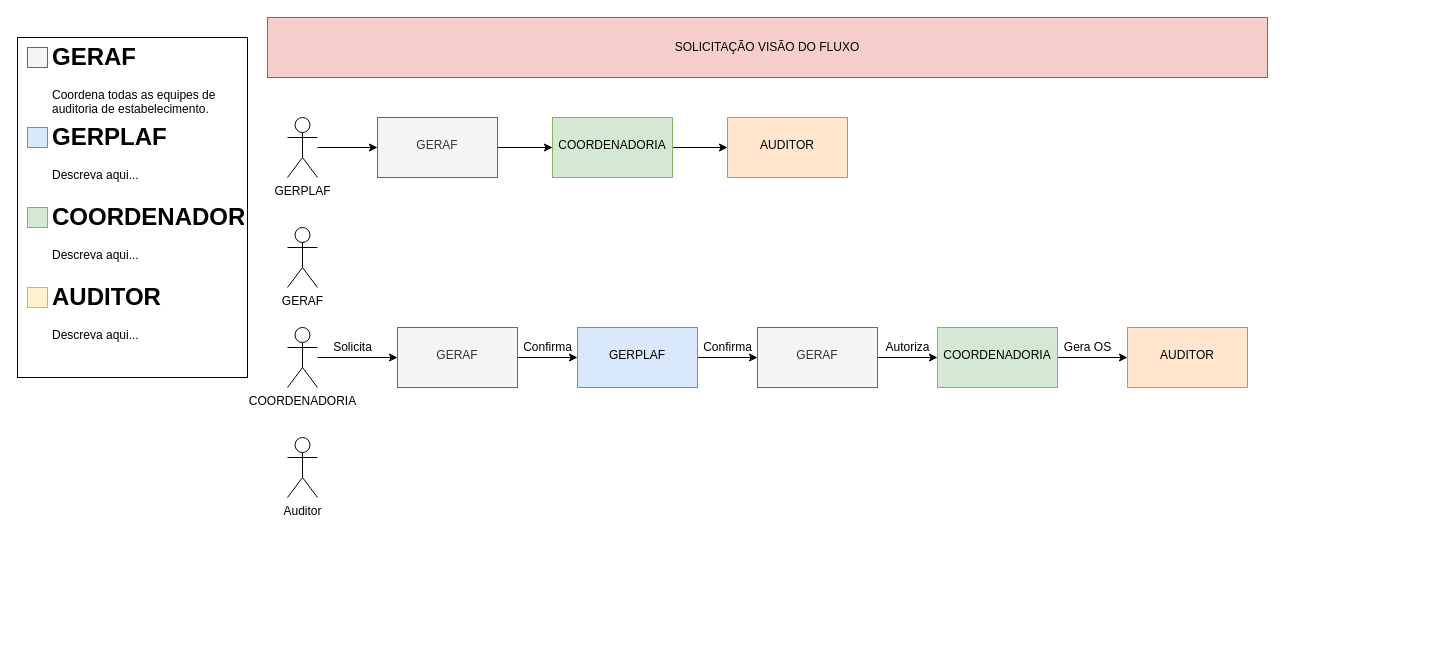
Above: page "mapeamento-solicitacao" (2 of 3) of mapeamento_os.drawio in alkxyly/drawio (draw.io), before the change. Source tidied: cells renumbered, new cells numbered last; positions are measured from the earlier drawing's top-left corner, leaving out a move shared by most shapes. Both pictures are drawn from the tidied source at 100%, with x=0, y=0 at pixel (17, 17).
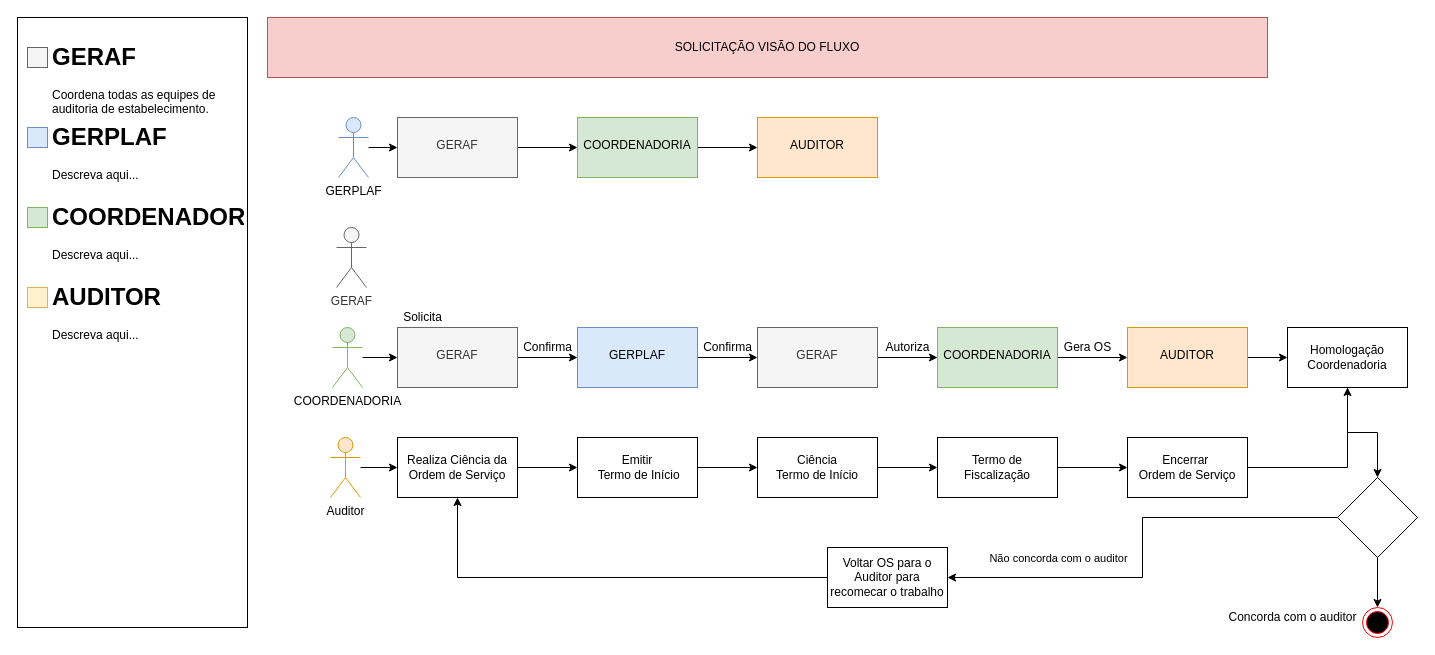
After the change.

The change refers to these unchanged cells:
```xml
<mxCell id="22" value="&lt;br&gt;AUDITOR" style="whiteSpace=wrap;html=1;verticalAlign=top;fillColor=#ffe6cc;strokeColor=#d79b00;" parent="1" vertex="1">
  <mxGeometry x="1110" y="310" width="120" height="60" as="geometry" />
</mxCell>
```

The edit, as a diff of the source:
```diff
@@
-    <mxCell id="4" value="GERPLAF" style="shape=umlActor;verticalLabelPosition=bottom;verticalAlign=top;html=1;outlineConnect=0;" parent="1" vertex="1">
-      <mxGeometry x="270" y="100" width="30" height="60" as="geometry" />
+    <mxCell id="4" value="GERPLAF" style="shape=umlActor;verticalLabelPosition=bottom;verticalAlign=top;html=1;outlineConnect=0;fillColor=#dae8fc;strokeColor=#6c8ebf;" parent="1" vertex="1">
+      <mxGeometry x="321" y="100" width="30" height="60" as="geometry" />
     </mxCell>
-    <mxCell id="5" value="GERAF" style="shape=umlActor;verticalLabelPosition=bottom;verticalAlign=top;html=1;" parent="1" vertex="1">
-      <mxGeometry x="270" y="210" width="30" height="60" as="geometry" />
+    <mxCell id="5" value="GERAF" style="shape=umlActor;verticalLabelPosition=bottom;verticalAlign=top;html=1;fillColor=#f5f5f5;fontColor=#333333;strokeColor=#666666;" parent="1" vertex="1">
+      <mxGeometry x="319" y="210" width="30" height="60" as="geometry" />
     </mxCell>
@@
-    <mxCell id="7" value="COORDENADORIA" style="shape=umlActor;verticalLabelPosition=bottom;verticalAlign=top;html=1;outlineConnect=0;" parent="1" vertex="1">
-      <mxGeometry x="270" y="310" width="30" height="60" as="geometry" />
+    <mxCell id="7" value="COORDENADORIA" style="shape=umlActor;verticalLabelPosition=bottom;verticalAlign=top;html=1;outlineConnect=0;fillColor=#d5e8d4;strokeColor=#82b366;" parent="1" vertex="1">
+      <mxGeometry x="315" y="310" width="30" height="60" as="geometry" />
     </mxCell>
+    <mxCell id="37" style="edgeStyle=orthogonalEdgeStyle;rounded=0;jettySize=auto;html=1;" parent="1" edge="1" source="8" target="40">
+      <mxGeometry relative="1" as="geometry" />
+    </mxCell>
-    <mxCell id="8" value="Auditor&lt;br&gt;" style="shape=umlActor;verticalLabelPosition=bottom;verticalAlign=top;html=1;outlineConnect=0;" parent="1" vertex="1">
-      <mxGeometry x="270" y="420" width="30" height="60" as="geometry" />
+    <mxCell id="8" value="Auditor&lt;br&gt;" style="shape=umlActor;verticalLabelPosition=bottom;verticalAlign=top;html=1;outlineConnect=0;fillColor=#ffe6cc;strokeColor=#d79b00;" parent="1" vertex="1">
+      <mxGeometry x="313" y="420" width="30" height="60" as="geometry" />
     </mxCell>
@@
     <mxCell id="10" value="&lt;br&gt;GERAF" style="whiteSpace=wrap;html=1;verticalAlign=top;fillColor=#f5f5f5;fontColor=#333333;strokeColor=#666666;" parent="1" vertex="1">
-      <mxGeometry x="360" y="100" width="120" height="60" as="geometry" />
+      <mxGeometry x="380" y="100" width="120" height="60" as="geometry" />
     </mxCell>
@@
     <mxCell id="12" value="&lt;br&gt;COORDENADORIA" style="whiteSpace=wrap;html=1;verticalAlign=top;fillColor=#d5e8d4;strokeColor=#82b366;" parent="1" vertex="1">
-      <mxGeometry x="535" y="100" width="120" height="60" as="geometry" />
+      <mxGeometry x="560" y="100" width="120" height="60" as="geometry" />
     </mxCell>
     <mxCell id="13" value="&lt;br&gt;AUDITOR" style="whiteSpace=wrap;html=1;verticalAlign=top;fillColor=#ffe6cc;strokeColor=#d79b00;" parent="1" vertex="1">
-      <mxGeometry x="710" y="100" width="120" height="60" as="geometry" />
+      <mxGeometry x="740" y="100" width="120" height="60" as="geometry" />
     </mxCell>
@@
+    <mxCell id="38" style="edgeStyle=orthogonalEdgeStyle;rounded=0;jettySize=auto;html=1;" parent="1" edge="1" source="22" target="50">
+      <mxGeometry relative="1" as="geometry" />
+    </mxCell>
@@
     <mxCell id="23" value="Solicita" style="text;html=1;align=center;verticalAlign=middle;strokeColor=none;fillColor=none;" parent="1" vertex="1">
-      <mxGeometry x="310" y="320" width="50" height="20" as="geometry" />
+      <mxGeometry x="380" y="290" width="50" height="20" as="geometry" />
     </mxCell>
@@
     <mxCell id="36" style="rounded=0;whiteSpace=wrap;html=1;fillColor=none;" parent="1" vertex="1">
-      <mxGeometry y="20" width="230" height="340" as="geometry" />
+      <mxGeometry width="230" height="610" as="geometry" />
     </mxCell>
+    <mxCell id="39" style="edgeStyle=orthogonalEdgeStyle;rounded=0;jettySize=auto;html=1;" parent="1" edge="1" source="40" target="42">
+      <mxGeometry relative="1" as="geometry" />
+    </mxCell>
+    <mxCell id="40" value="Realiza Ciência da Ordem de Serviço" style="whiteSpace=wrap;html=1;verticalAlign=middle;align=center;" parent="1" vertex="1">
+      <mxGeometry x="380" y="420" width="120" height="60" as="geometry" />
+    </mxCell>
+    <mxCell id="41" style="edgeStyle=orthogonalEdgeStyle;rounded=0;jettySize=auto;html=1;" parent="1" edge="1" source="42" target="44">
+      <mxGeometry relative="1" as="geometry" />
+    </mxCell>
+    <mxCell id="42" value="Emitir&lt;br&gt;&amp;nbsp;Termo de Início" style="whiteSpace=wrap;html=1;verticalAlign=middle;align=center;" parent="1" vertex="1">
+      <mxGeometry x="560" y="420" width="120" height="60" as="geometry" />
+    </mxCell>
+    <mxCell id="43" style="edgeStyle=orthogonalEdgeStyle;rounded=0;jettySize=auto;html=1;" parent="1" edge="1" source="44" target="46">
+      <mxGeometry relative="1" as="geometry" />
+    </mxCell>
+    <mxCell id="44" value="Ciência&lt;br&gt;Termo de Início" style="whiteSpace=wrap;html=1;verticalAlign=middle;align=center;" parent="1" vertex="1">
+      <mxGeometry x="740" y="420" width="120" height="60" as="geometry" />
+    </mxCell>
+    <mxCell id="45" style="edgeStyle=orthogonalEdgeStyle;rounded=0;jettySize=auto;html=1;" parent="1" edge="1" source="46" target="48">
+      <mxGeometry relative="1" as="geometry" />
+    </mxCell>
+    <mxCell id="46" value="Termo de Fiscalização" style="whiteSpace=wrap;html=1;verticalAlign=middle;align=center;" parent="1" vertex="1">
+      <mxGeometry x="920" y="420" width="120" height="60" as="geometry" />
+    </mxCell>
+    <mxCell id="47" style="edgeStyle=orthogonalEdgeStyle;rounded=0;jettySize=auto;html=1;" parent="1" edge="1" source="48" target="50">
+      <mxGeometry relative="1" as="geometry" />
+    </mxCell>
+    <mxCell id="48" value="Encerrar&amp;nbsp;&lt;br&gt;Ordem de Serviço" style="whiteSpace=wrap;html=1;verticalAlign=middle;align=center;" parent="1" vertex="1">
+      <mxGeometry x="1110" y="420" width="120" height="60" as="geometry" />
+    </mxCell>
+    <mxCell id="49" style="edgeStyle=orthogonalEdgeStyle;rounded=0;jettySize=auto;html=1;" parent="1" edge="1" source="50" target="54">
+      <mxGeometry relative="1" as="geometry" />
+    </mxCell>
+    <mxCell id="50" value="Homologação&lt;br&gt;Coordenadoria" style="whiteSpace=wrap;html=1;verticalAlign=middle;align=center;" parent="1" vertex="1">
+      <mxGeometry x="1270" y="310" width="120" height="60" as="geometry" />
+    </mxCell>
+    <mxCell id="51" style="edgeStyle=orthogonalEdgeStyle;rounded=0;jettySize=auto;html=1;entryX=1;entryY=0.5;entryDx=0;entryDy=0;exitX=0;exitY=0.5;exitDx=0;exitDy=0;" parent="1" edge="1" source="54" target="56">
+      <mxGeometry relative="1" as="geometry" />
+    </mxCell>
+    <mxCell id="52" value="Não concorda com o auditor" style="edgeLabel;html=1;align=center;verticalAlign=middle;" parent="51" vertex="1">
+      <mxGeometry x="-0.29" y="5" relative="1" as="geometry">
+        <mxPoint x="-120" y="35" as="offset" />
+      </mxGeometry>
+    </mxCell>
+    <mxCell id="53" style="edgeStyle=orthogonalEdgeStyle;rounded=0;jettySize=auto;html=1;" parent="1" edge="1" source="54" target="57">
+      <mxGeometry relative="1" as="geometry" />
+    </mxCell>
+    <mxCell id="54" style="rhombus;whiteSpace=wrap;html=1;" parent="1" vertex="1">
+      <mxGeometry x="1320" y="460" width="80" height="80" as="geometry" />
+    </mxCell>
+    <mxCell id="55" style="edgeStyle=orthogonalEdgeStyle;rounded=0;jettySize=auto;html=1;exitX=0;exitY=0.5;exitDx=0;exitDy=0;entryX=0.5;entryY=1;entryDx=0;entryDy=0;" parent="1" edge="1" source="56" target="40">
+      <mxGeometry relative="1" as="geometry" />
+    </mxCell>
+    <mxCell id="56" value="Voltar OS para o Auditor para recomecar o trabalho" style="whiteSpace=wrap;html=1;" parent="1" vertex="1">
+      <mxGeometry x="810" y="530" width="120" height="60" as="geometry" />
+    </mxCell>
+    <mxCell id="57" style="ellipse;html=1;shape=endState;fillColor=#000000;strokeColor=#ff0000;" parent="1" vertex="1">
+      <mxGeometry x="1345" y="590" width="30" height="30" as="geometry" />
+    </mxCell>
+    <mxCell id="58" value="Concorda com o auditor" style="text;html=1;align=center;verticalAlign=middle;strokeColor=none;fillColor=none;" parent="1" vertex="1">
+      <mxGeometry x="1205" y="590" width="140" height="20" as="geometry" />
+    </mxCell>
```
